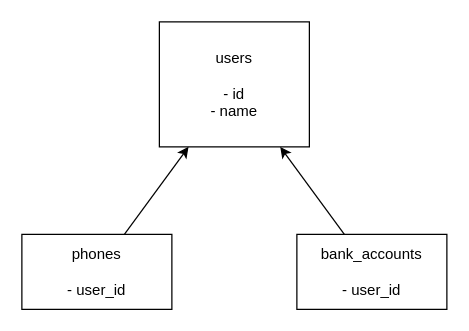
The draw.io diagram 名称未設定ファイル.drawio in tecyokomichi/WebApplictionLearning, before the edit. Source tidied: cells renumbered, new cells numbered last; positions are measured from the earlier drawing's top-left corner, leaving out a move shared by most shapes. Both pictures are drawn from the tidied source at 125%, with x=0, y=0 at pixel (21, 21).
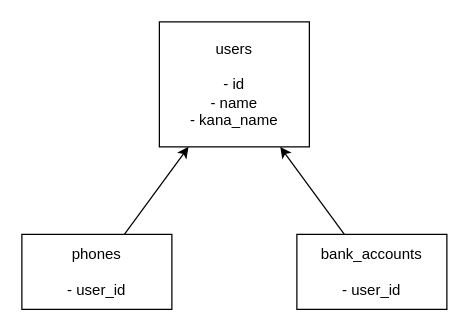
The same page after the edit.

Commit message:
kana_name を user に追加

The edit, as a diff of the source:
```diff
@@
 <mxGraphModel>
   <root>
     <mxCell id="0" />
     <mxCell id="1" parent="0" />
-    <mxCell id="2" value="users&lt;br&gt;&lt;br&gt;- id&lt;br&gt;- name" style="rounded=0;whiteSpace=wrap;html=1;" parent="1" vertex="1">
+    <mxCell id="2" value="users&lt;br&gt;&lt;br&gt;- id&lt;br&gt;- name&lt;br&gt;- kana_name&lt;br&gt;" style="rounded=0;whiteSpace=wrap;html=1;" parent="1" vertex="1">
       <mxGeometry x="110" width="120" height="100" as="geometry" />
     </mxCell>
     <mxCell id="3" style="rounded=0;jettySize=auto;html=1;" parent="1" edge="1" source="4" target="2">
       <mxGeometry relative="1" as="geometry" />
     </mxCell>
     <mxCell id="4" value="phones&lt;br&gt;&lt;br&gt;- user_id&lt;br&gt;" style="rounded=0;whiteSpace=wrap;html=1;" parent="1" vertex="1">
       <mxGeometry y="170" width="120" height="60" as="geometry" />
     </mxCell>
     <mxCell id="5" style="rounded=0;jettySize=auto;html=1;" parent="1" edge="1" source="6" target="2">
       <mxGeometry relative="1" as="geometry" />
     </mxCell>
     <mxCell id="6" value="bank_accounts&lt;br&gt;&lt;br&gt;- user_id&lt;br&gt;" style="rounded=0;whiteSpace=wrap;html=1;" parent="1" vertex="1">
       <mxGeometry x="220" y="170" width="120" height="60" as="geometry" />
     </mxCell>
   </root>
 </mxGraphModel>
```
